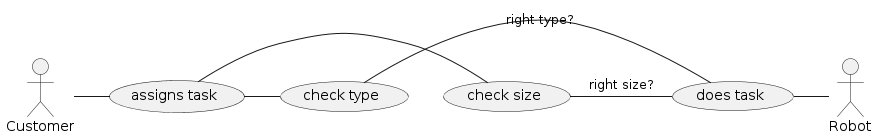
The PlantUML diagram docs/design/usecases/usecase10.png in ur-cs-courses/course-project-catch-up, before a commit. The source it was exported from:
```plantuml
@startuml

actor Robot

usecase "check type" as ct
usecase "check size" as cs
usecase "assigns task" as at
usecase "does task" as dt

actor Customer

Customer - at
at - cs
at - ct
ct - dt : "right type?"
cs - dt : "right size?"
dt - Robot

@enduml
```
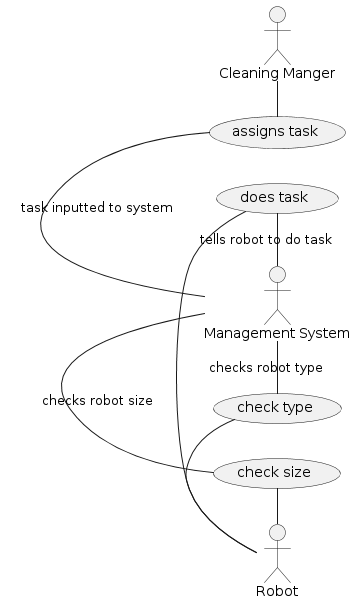
Later version of the same file.

Change to the diagram source:
```diff
@@ -1,4 +1,5 @@
 @startuml
+left to right direction
 
 actor Robot
 
@@ -7,13 +8,17 @@
 usecase "assigns task" as at
 usecase "does task" as dt
 
-actor Customer
+actor "Cleaning Manger" as cm
 
-Customer - at
-at - cs
-at - ct
-ct - dt : "right type?"
-cs - dt : "right size?"
+actor "Management System" as ms
+
+cm - at
+at - ms : "task inputted to system"
+ms - cs : "checks robot size"
+ms - ct : "checks robot type"
+ct - Robot
+cs - Robot
+dt - ms : "tells robot to do task"
 dt - Robot
 
 @enduml
```
